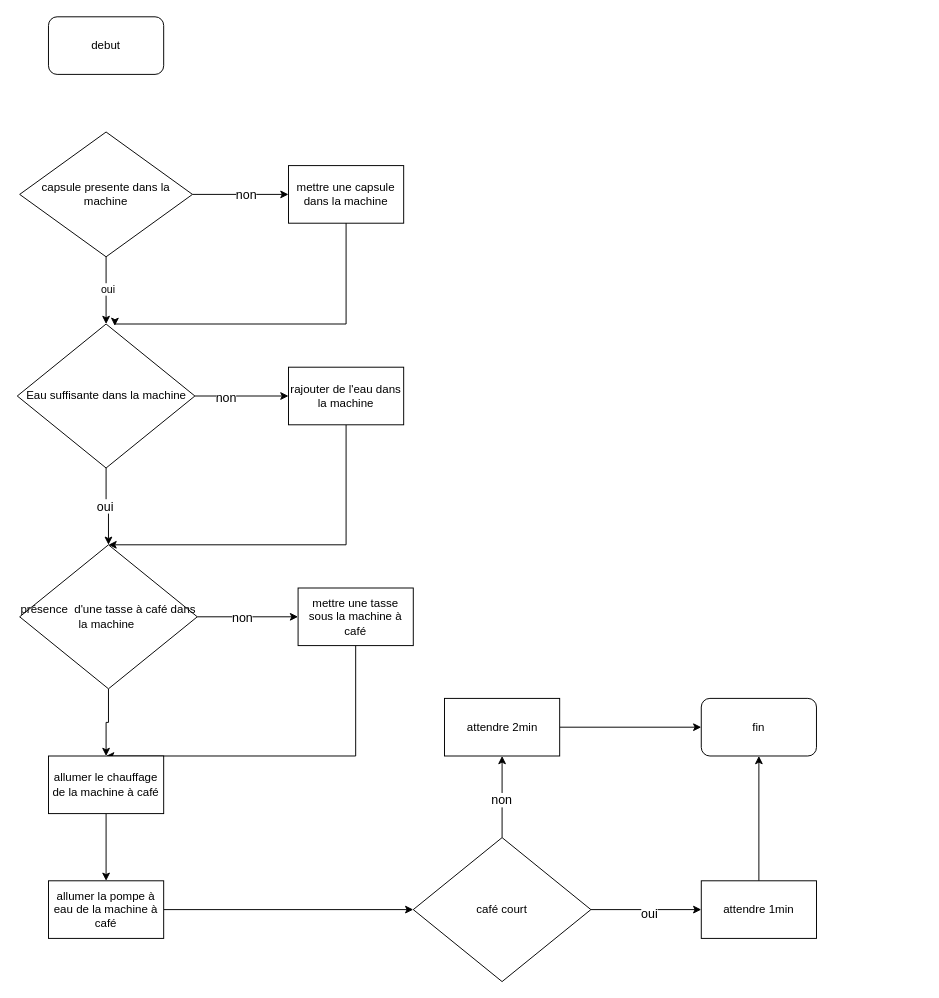
m3c-git/algo keeps this draw.io diagram as algo-ex-machine-a-capsule-de-cafe.drawio. Above is the earlier version. Source tidied: cells renumbered, new cells numbered last; positions are measured from the earlier drawing's top-left corner, leaving out a move shared by most shapes. Both pictures are drawn from the tidied source at 96%, with x=0, y=0 at pixel (17, 16).
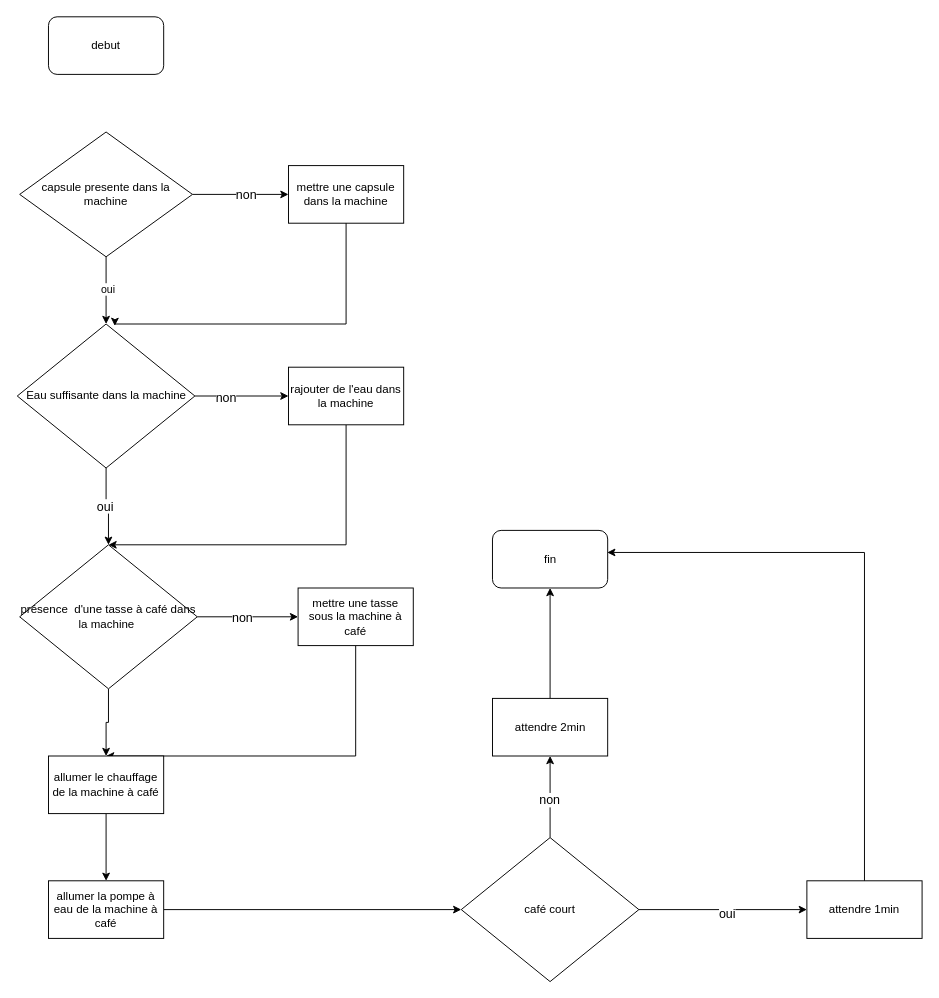
The same page after the edit.

Commit message (it also covers changes not shown here):
Mettre à jour algo-ex-machine-a-capsule-de-cafe.drawio

The edit, as a diff of the source:
```diff
@@
-    <mxCell id="11" style="edgeStyle=orthogonalEdgeStyle;rounded=0;jettySize=auto;html=1;exitX=1;exitY=0.5;exitDx=0;exitDy=0;entryX=0;entryY=0.5;entryDx=0;entryDy=0;" parent="1" edge="1" source="12" target="35">
+    <mxCell id="11" style="edgeStyle=orthogonalEdgeStyle;rounded=0;jettySize=auto;html=1;exitX=0.5;exitY=0;exitDx=0;exitDy=0;entryX=0.5;entryY=1;entryDx=0;entryDy=0;" parent="1" edge="1" source="12" target="35">
       <mxGeometry relative="1" as="geometry" />
     </mxCell>
     <mxCell id="12" value="attendre 2min" style="rounded=0;whiteSpace=wrap;html=1;" parent="1" vertex="1">
-      <mxGeometry x="444.5" y="710" width="120" height="60" as="geometry" />
+      <mxGeometry x="494.5" y="710" width="120" height="60" as="geometry" />
     </mxCell>
@@
-    <mxCell id="26" style="edgeStyle=orthogonalEdgeStyle;rounded=0;jettySize=auto;html=1;exitX=0.5;exitY=0;exitDx=0;exitDy=0;entryX=0.5;entryY=1;entryDx=0;entryDy=0;" parent="1" edge="1" source="27" target="35">
-      <mxGeometry relative="1" as="geometry" />
-    </mxCell>
     <mxCell id="27" value="attendre 1min" style="rounded=0;whiteSpace=wrap;html=1;" parent="1" vertex="1">
-      <mxGeometry x="712" y="900" width="120" height="60" as="geometry" />
+      <mxGeometry x="822" y="900" width="120" height="60" as="geometry" />
     </mxCell>
@@
     <mxCell id="34" value="café court" style="rhombus;whiteSpace=wrap;html=1;" parent="1" vertex="1">
-      <mxGeometry x="412" y="855" width="185" height="150" as="geometry" />
+      <mxGeometry x="462" y="855" width="185" height="150" as="geometry" />
     </mxCell>
     <mxCell id="35" value="fin" style="rounded=1;whiteSpace=wrap;html=1;" parent="1" vertex="1">
-      <mxGeometry x="712" y="710" width="120" height="60" as="geometry" />
+      <mxGeometry x="494.5" y="535" width="120" height="60" as="geometry" />
     </mxCell>
@@
+    <mxCell id="26" style="edgeStyle=orthogonalEdgeStyle;rounded=0;jettySize=auto;html=1;exitX=0.5;exitY=0;exitDx=0;exitDy=0;entryX=0.996;entryY=0.383;entryDx=0;entryDy=0;entryPerimeter=0;" parent="1" edge="1" source="27" target="35">
+      <mxGeometry relative="1" as="geometry" />
+    </mxCell>
```
